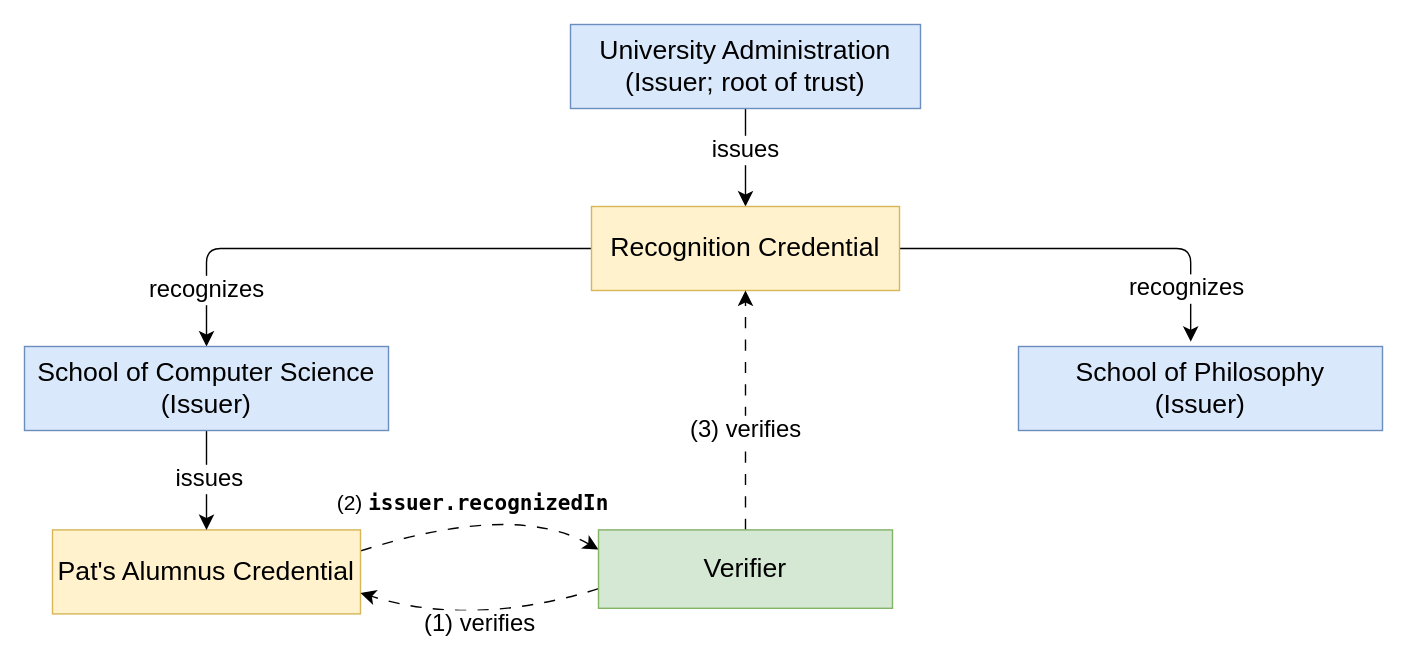
w3c/vc-overview keeps this draw.io diagram as diagrams/recognition_chart.drawio. Above is the earlier version. Source tidied: cells renumbered, new cells numbered last; positions are measured from the earlier drawing's top-left corner, leaving out a move shared by most shapes. Both pictures are drawn from the tidied source at 140%, with x=0, y=0 at pixel (24, 24).
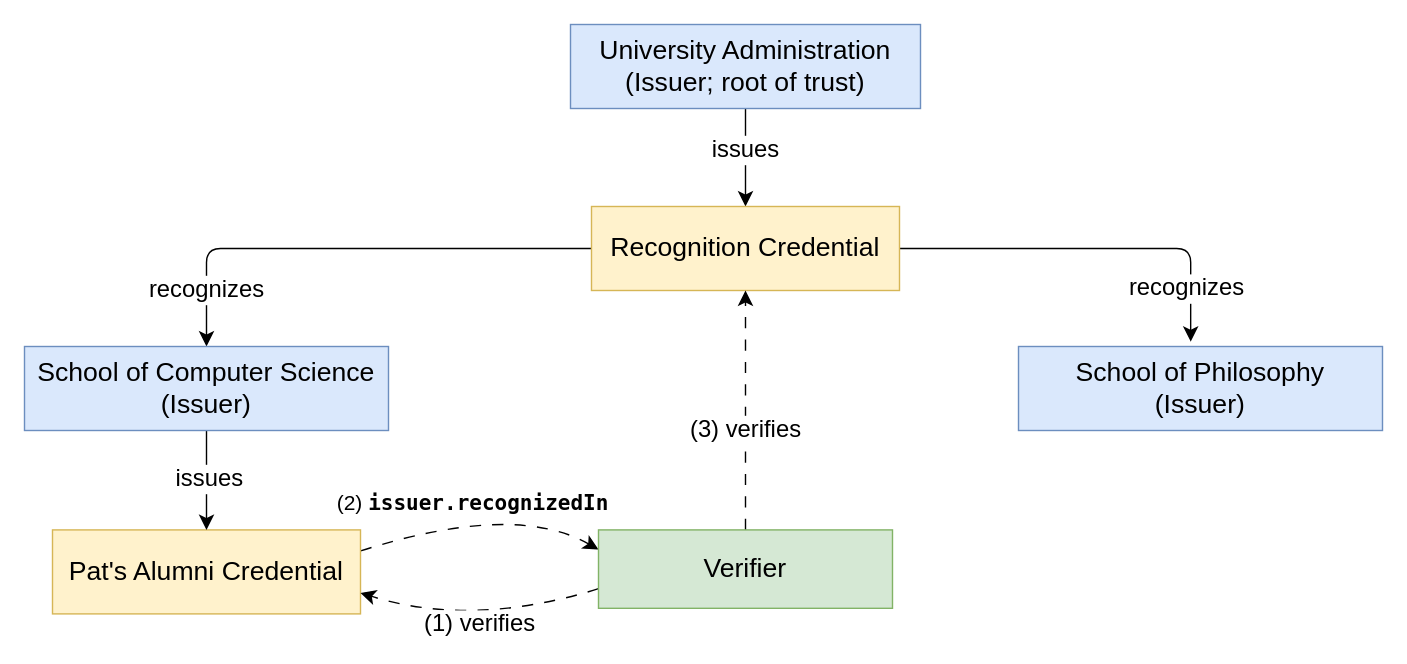
Above is the later version.

What changed in the source:
```diff
@@
 <mxGraphModel>
   <root>
     <mxCell id="0" />
     <mxCell id="1" parent="0" />
     <mxCell id="2" value="&lt;font style=&quot;font-size: 15px;&quot;&gt;&lt;font face=&quot;Helvetica&quot; style=&quot;&quot;&gt;(2) &lt;/font&gt;&lt;font face=&quot;Lucida Console&quot; style=&quot;font-weight: bold;&quot;&gt;issuer.recognizedIn&lt;/font&gt;&lt;/font&gt;" style="rounded=0;jettySize=auto;html=1;exitX=1;exitY=0.25;exitDx=0;exitDy=0;entryX=0;entryY=0.25;entryDx=0;entryDy=0;fontSize=12;startSize=8;endSize=8;dashed=1;dashPattern=8 8;curved=1;" parent="1" edge="1" source="3" target="15">
       <mxGeometry x="-0.06" y="9" relative="1" as="geometry">
         <Array as="points">
           <mxPoint x="350" y="341" />
         </Array>
       </mxGeometry>
     </mxCell>
-    <mxCell id="3" value="&lt;font style=&quot;font-size: 19px;&quot;&gt;Pat's Alumnus Credential&lt;/font&gt;" style="rounded=0;whiteSpace=wrap;html=1;fillColor=#fff2cc;strokeColor=#d6b656;" parent="1" vertex="1">
+    <mxCell id="3" value="&lt;font style=&quot;font-size: 19px;&quot;&gt;Pat's Alumni Credential&lt;/font&gt;" style="rounded=0;whiteSpace=wrap;html=1;fillColor=#fff2cc;strokeColor=#d6b656;" parent="1" vertex="1">
       <mxGeometry x="20" y="361" width="220" height="60" as="geometry" />
     </mxCell>
     <mxCell id="4" value="&lt;font style=&quot;font-size: 17px;&quot;&gt;recognizes&lt;/font&gt;" style="edgeStyle=orthogonalEdgeStyle;rounded=1;jettySize=auto;html=1;exitX=1;exitY=0.5;exitDx=0;exitDy=0;entryX=0.473;entryY=-0.058;entryDx=0;entryDy=0;fontSize=12;startSize=8;endSize=8;curved=0;entryPerimeter=0;" parent="1" edge="1" source="10" target="12">
       <mxGeometry x="0.73" y="-3" relative="1" as="geometry" />
     </mxCell>
     <mxCell id="5" value="&lt;font style=&quot;font-size: 17px;&quot;&gt;recognizes&lt;/font&gt;" style="edgeStyle=orthogonalEdgeStyle;rounded=1;jettySize=auto;html=1;exitX=0;exitY=0.5;exitDx=0;exitDy=0;entryX=0.5;entryY=0;entryDx=0;entryDy=0;fontSize=12;startSize=8;endSize=8;curved=0;" parent="1" edge="1" source="10" target="11">
       <mxGeometry x="0.77" relative="1" as="geometry" />
     </mxCell>
     <mxCell id="6" style="edgeStyle=none;curved=1;rounded=0;jettySize=auto;html=1;exitX=0.5;exitY=1;exitDx=0;exitDy=0;entryX=0.5;entryY=0;entryDx=0;entryDy=0;fontSize=12;startSize=8;endSize=8;" parent="1" edge="1" source="11" target="3">
       <mxGeometry relative="1" as="geometry" />
     </mxCell>
     <mxCell id="7" value="&lt;font style=&quot;font-size: 17px;&quot;&gt;issues&lt;/font&gt;" style="edgeLabel;html=1;align=center;verticalAlign=middle;fontSize=12;" parent="6" vertex="1">
       <mxGeometry x="-0.08" y="1" relative="1" as="geometry">
         <mxPoint y="1" as="offset" />
       </mxGeometry>
     </mxCell>
     <mxCell id="8" value="&lt;font style=&quot;font-size: 17px;&quot;&gt;issues&lt;/font&gt;" style="edgeStyle=none;curved=1;rounded=0;jettySize=auto;html=1;exitX=0.5;exitY=1;exitDx=0;exitDy=0;entryX=0.5;entryY=0;entryDx=0;entryDy=0;fontSize=12;startSize=8;endSize=8;" parent="1" edge="1" source="9" target="10">
       <mxGeometry x="-0.14" relative="1" as="geometry" />
     </mxCell>
     <mxCell id="9" value="&lt;font style=&quot;font-size: 19px;&quot;&gt;University Administration&lt;/font&gt;&lt;div&gt;&lt;font style=&quot;font-size: 19px;&quot;&gt;(Issuer; root of trust)&lt;/font&gt;&lt;/div&gt;" style="rounded=0;whiteSpace=wrap;html=1;fillColor=#dae8fc;strokeColor=#6c8ebf;" parent="1" vertex="1">
       <mxGeometry x="390" width="250" height="60" as="geometry" />
     </mxCell>
     <mxCell id="10" value="&lt;font style=&quot;font-size: 19px;&quot;&gt;Recognition Credential&lt;/font&gt;" style="rounded=0;whiteSpace=wrap;html=1;fillColor=#fff2cc;strokeColor=#d6b656;" parent="1" vertex="1">
       <mxGeometry x="405" y="130" width="220" height="60" as="geometry" />
     </mxCell>
     <mxCell id="11" value="&lt;font style=&quot;font-size: 19px;&quot;&gt;School of Computer Science&lt;/font&gt;&lt;div&gt;&lt;span style=&quot;font-size: 19px;&quot;&gt;(Issuer)&lt;/span&gt;&lt;/div&gt;" style="rounded=0;whiteSpace=wrap;html=1;fillColor=#dae8fc;strokeColor=#6c8ebf;" parent="1" vertex="1">
       <mxGeometry y="230" width="260" height="60" as="geometry" />
     </mxCell>
     <mxCell id="12" value="&lt;font style=&quot;font-size: 19px;&quot;&gt;School of Philosophy&lt;/font&gt;&lt;div&gt;&lt;font style=&quot;font-size: 19px;&quot;&gt;(Issuer)&lt;/font&gt;&lt;/div&gt;" style="rounded=0;whiteSpace=wrap;html=1;fillColor=#dae8fc;strokeColor=#6c8ebf;" parent="1" vertex="1">
       <mxGeometry x="710" y="230" width="260" height="60" as="geometry" />
     </mxCell>
     <mxCell id="13" value="&lt;font style=&quot;font-size: 17px;&quot;&gt;(1) verifies&lt;/font&gt;" style="edgeStyle=none;curved=1;rounded=0;jettySize=auto;html=1;exitX=0;exitY=0.75;exitDx=0;exitDy=0;fontSize=12;startSize=8;endSize=8;entryX=1;entryY=0.75;entryDx=0;entryDy=0;dashed=1;dashPattern=8 8;" parent="1" edge="1" source="15" target="3">
       <mxGeometry relative="1" as="geometry">
         <Array as="points">
           <mxPoint x="320" y="431" />
         </Array>
       </mxGeometry>
     </mxCell>
     <mxCell id="14" value="&lt;font style=&quot;font-size: 17px;&quot;&gt;(3) verifies&lt;/font&gt;" style="edgeStyle=orthogonalEdgeStyle;rounded=1;jettySize=auto;html=1;exitX=0.5;exitY=0;exitDx=0;exitDy=0;entryX=0.5;entryY=1;entryDx=0;entryDy=0;fontSize=12;startSize=8;endSize=8;curved=0;dashed=1;dashPattern=8 8;" parent="1" edge="1" source="15" target="10">
       <mxGeometry x="-0.17" relative="1" as="geometry" />
     </mxCell>
     <mxCell id="15" value="&lt;font style=&quot;font-size: 19px;&quot;&gt;Verifier&lt;/font&gt;" style="rounded=0;whiteSpace=wrap;html=1;fillColor=#d5e8d4;strokeColor=#82b366;" parent="1" vertex="1">
       <mxGeometry x="410" y="361" width="210" height="56" as="geometry" />
     </mxCell>
   </root>
 </mxGraphModel>
```
